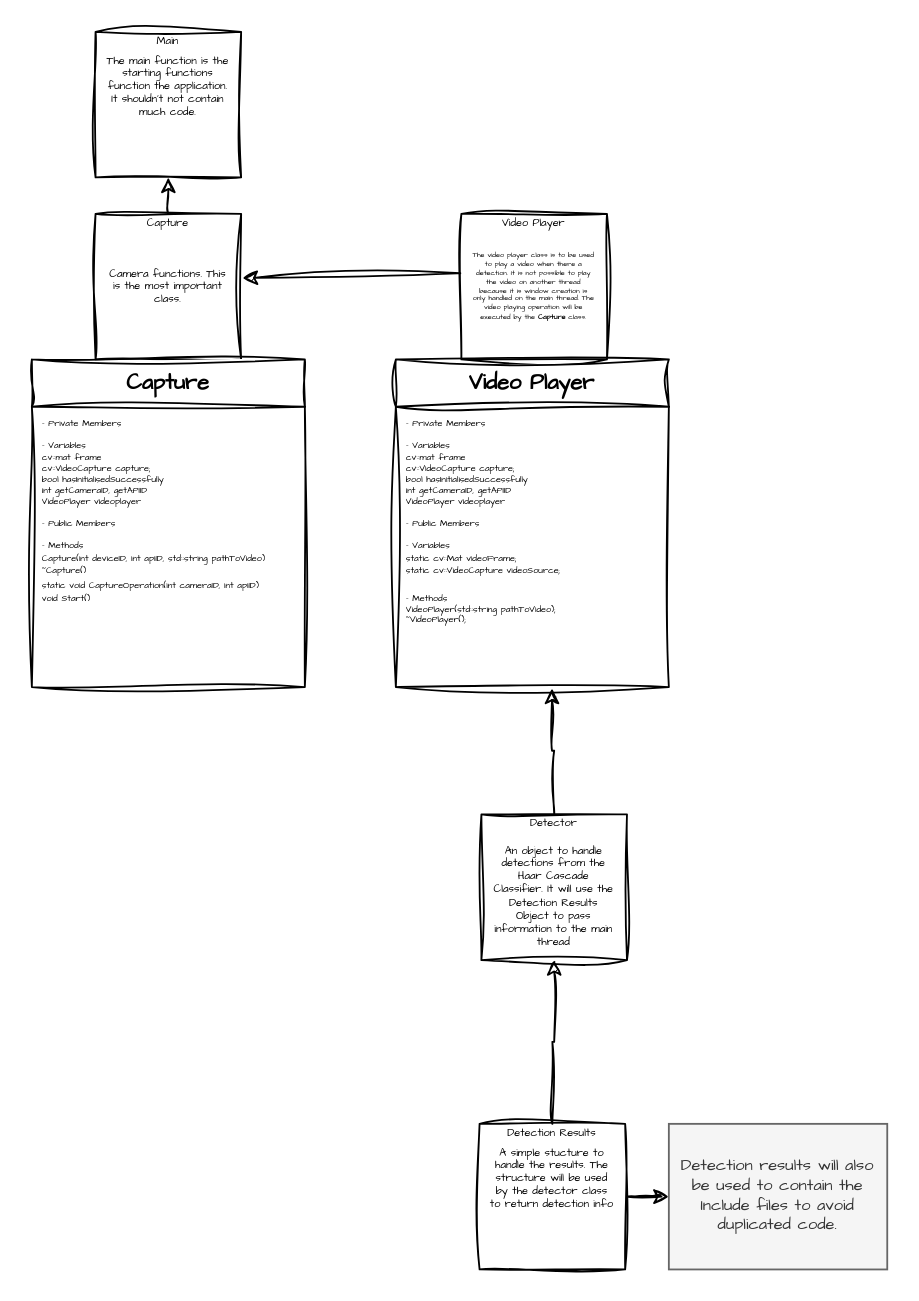
The draw.io diagram Design/Software Semantics and notes.drawio in Chrd26/motionmedia, before the edit. Source tidied: cells renumbered, new cells numbered last; positions are measured from the earlier drawing's top-left corner, leaving out a move shared by most shapes. Both pictures are drawn from the tidied source at 182%, with x=0, y=0 at pixel (31, 31).
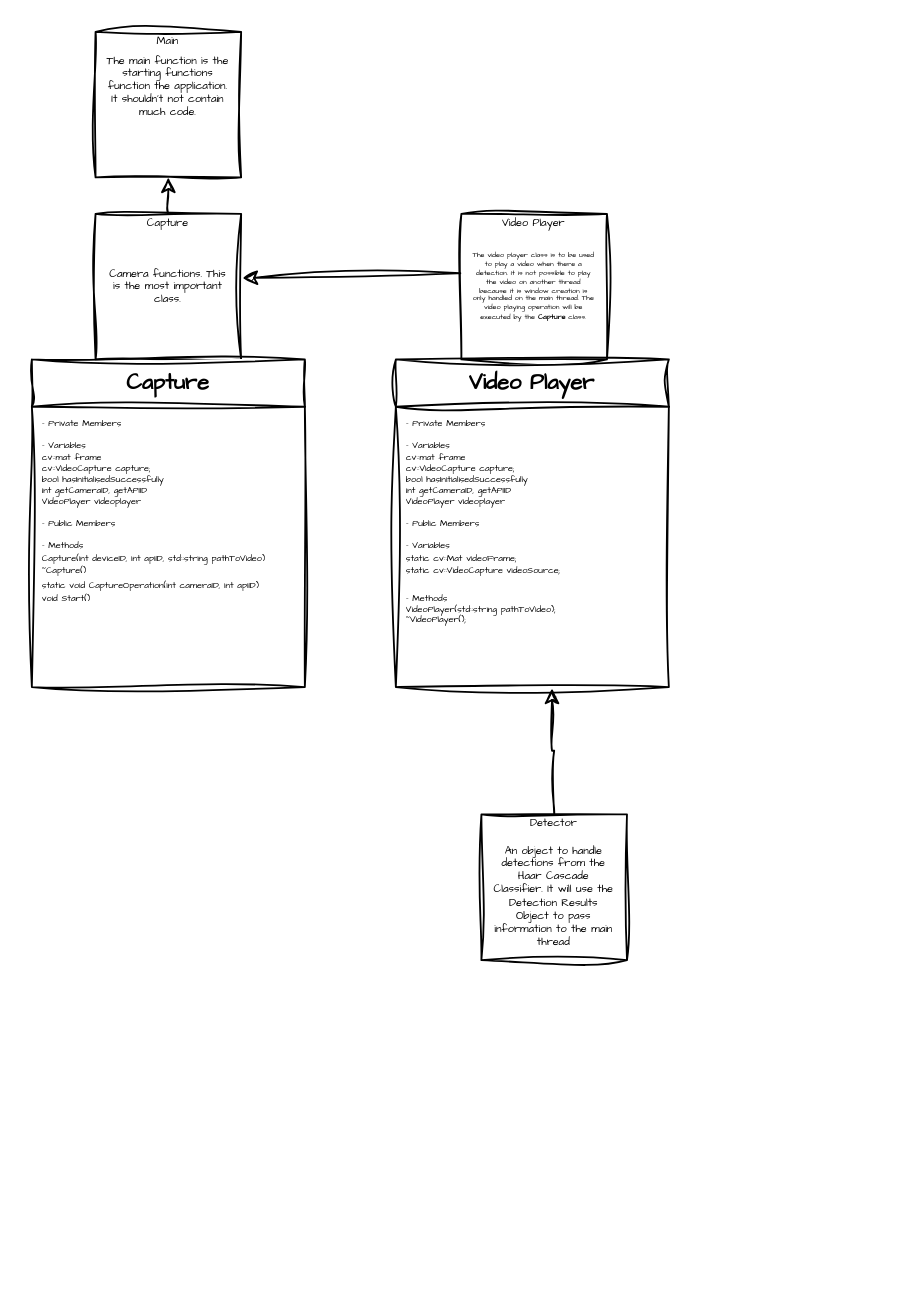
The same page after the edit.

The change refers to these unchanged cells:
```xml
<mxCell id="24" value="An object to handle detections from the Haar Cascade Classifier. It will use the Detection Results Object to pass information to the main thread" style="text;html=1;align=center;verticalAlign=middle;whiteSpace=wrap;rounded=0;fontFamily=Architects Daughter;fontSize=6;" parent="1" vertex="1">
  <mxGeometry x="252" y="440" width="70" height="70" as="geometry" />
</mxCell>
```

The edit, as a diff of the source:
```diff
@@
-    <mxCell id="17" style="edgeStyle=orthogonalEdgeStyle;rounded=0;sketch=1;hachureGap=4;jiggle=2;curveFitting=1;jettySize=auto;html=1;entryX=0;entryY=0.5;entryDx=0;entryDy=0;fontFamily=Architects Daughter;" parent="1" edge="1" source="18" target="26">
-      <mxGeometry relative="1" as="geometry" />
-    </mxCell>
-    <mxCell id="18" style="whiteSpace=wrap;html=1;sketch=1;hachureGap=4;jiggle=2;curveFitting=1;fontFamily=Architects Daughter;" parent="1" vertex="1">
-      <mxGeometry x="246" y="600" width="80" height="80" as="geometry" />
-    </mxCell>
-    <mxCell id="19" style="edgeStyle=orthogonalEdgeStyle;rounded=0;sketch=1;hachureGap=4;jiggle=2;curveFitting=1;jettySize=auto;html=1;entryX=0.5;entryY=1;entryDx=0;entryDy=0;fontFamily=Architects Daughter;" parent="1" edge="1" source="20" target="24">
-      <mxGeometry relative="1" as="geometry" />
-    </mxCell>
-    <mxCell id="20" value="Detection Results" style="text;html=1;align=center;verticalAlign=middle;whiteSpace=wrap;rounded=0;fontFamily=Architects Daughter;fontSize=6;" parent="1" vertex="1">
-      <mxGeometry x="256" y="600" width="60" height="10" as="geometry" />
-    </mxCell>
-    <mxCell id="21" value="A simple stucture to handle the results. The structure will be used by the detector class to return detection info" style="text;html=1;align=center;verticalAlign=middle;whiteSpace=wrap;rounded=0;fontFamily=Architects Daughter;fontSize=6;" parent="1" vertex="1">
-      <mxGeometry x="251" y="610" width="70" height="40" as="geometry" />
-    </mxCell>
@@
-    <mxCell id="26" value="Detection results will also be used to contain the Include files to avoid duplicated code." style="text;html=1;align=center;verticalAlign=middle;whiteSpace=wrap;rounded=0;fontFamily=Architects Daughter;fontSize=9;fillColor=#f5f5f5;fontColor=#333333;strokeColor=#666666;" parent="1" vertex="1">
-      <mxGeometry x="350" y="600" width="120" height="80" as="geometry" />
-    </mxCell>
```
